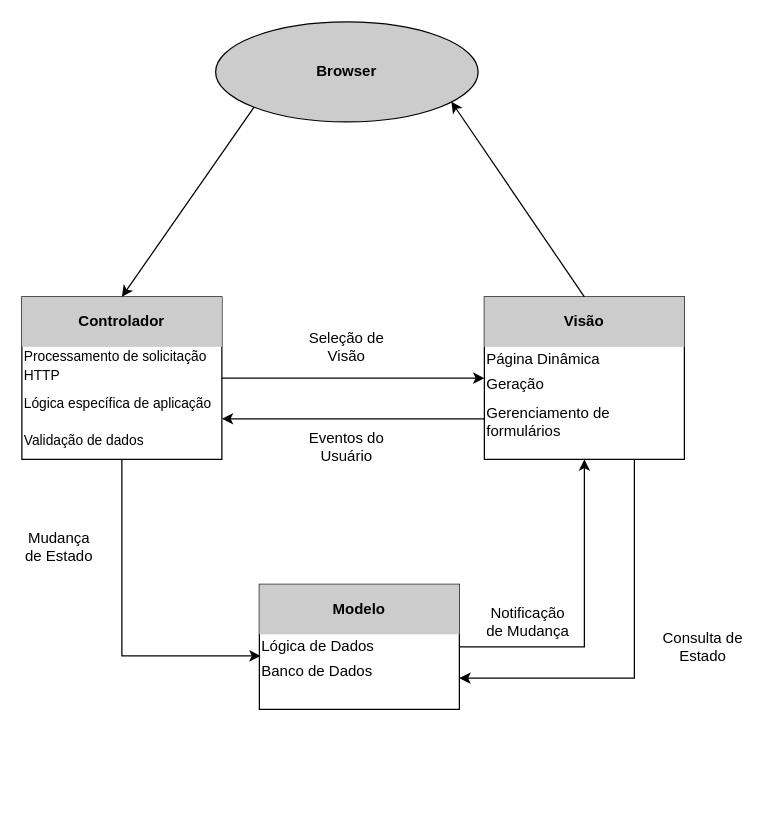
The draw.io diagram page "MVC" (3 of 3) of Diagrama inicial.drawio in gustavoofdeooliveira/ModGeo2.0, before the edit. Source tidied: cells renumbered, new cells numbered last; positions are measured from the earlier drawing's top-left corner, leaving out a move shared by most shapes. Both pictures are drawn from the tidied source at 125%, with x=0, y=0 at pixel (21, 21).
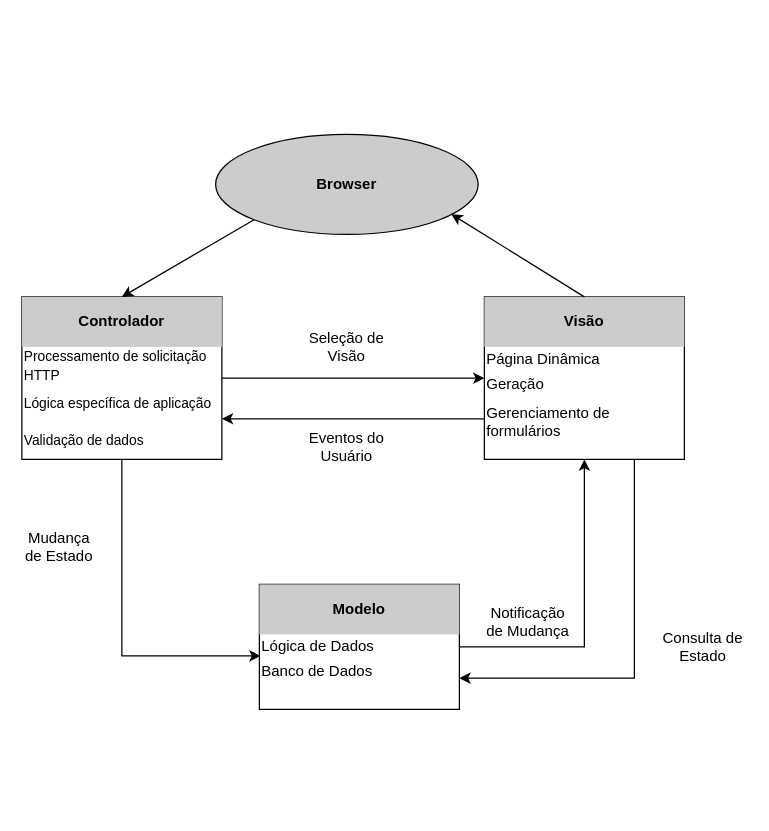
After the change.

Commit message:
Alterando modelo MVC

The change refers to these unchanged cells:
```xml
<mxCell id="10" value="&lt;b&gt;Visão&lt;/b&gt;" style="text;html=1;strokeColor=none;fillColor=#CCCCCC;align=center;verticalAlign=middle;whiteSpace=wrap;rounded=0;" parent="8" vertex="1">
  <mxGeometry width="160" height="40" as="geometry" />
</mxCell>
```

The edit, as a diff of the source:
```diff
@@
+    <mxCell id="32" style="rounded=0;jettySize=auto;html=1;exitX=0.5;exitY=0;exitDx=0;exitDy=0;entryX=0.898;entryY=0.798;entryDx=0;entryDy=0;entryPerimeter=0;" parent="1" edge="1" source="10" target="30">
+      <mxGeometry relative="1" as="geometry" />
+    </mxCell>
+    <mxCell id="33" style="group;" parent="1" vertex="1">
+      <mxGeometry x="155" y="90" width="210" height="80" as="geometry" />
+    </mxCell>
-    <mxCell id="30" style="ellipse;whiteSpace=wrap;html=1;fillColor=#CCCCCC;" parent="1" vertex="1">
-      <mxGeometry x="155" width="210" height="80" as="geometry" />
+    <mxCell id="30" style="ellipse;whiteSpace=wrap;html=1;fillColor=#CCCCCC;" parent="33" vertex="1">
+      <mxGeometry width="210" height="80" as="geometry" />
     </mxCell>
-    <mxCell id="31" value="&lt;b&gt;Browser&lt;/b&gt;" style="text;html=1;strokeColor=none;fillColor=none;align=center;verticalAlign=middle;whiteSpace=wrap;rounded=0;" parent="1" vertex="1">
-      <mxGeometry x="240" y="30" width="40" height="20" as="geometry" />
+    <mxCell id="31" value="&lt;b&gt;Browser&lt;/b&gt;" style="text;html=1;strokeColor=none;fillColor=none;align=center;verticalAlign=middle;whiteSpace=wrap;rounded=0;" parent="33" vertex="1">
+      <mxGeometry x="85" y="30" width="40" height="20" as="geometry" />
     </mxCell>
-    <mxCell id="32" style="rounded=0;jettySize=auto;html=1;exitX=0.5;exitY=0;exitDx=0;exitDy=0;entryX=0.898;entryY=0.798;entryDx=0;entryDy=0;entryPerimeter=0;" parent="1" edge="1" source="10" target="30">
-      <mxGeometry relative="1" as="geometry" />
-    </mxCell>
```
